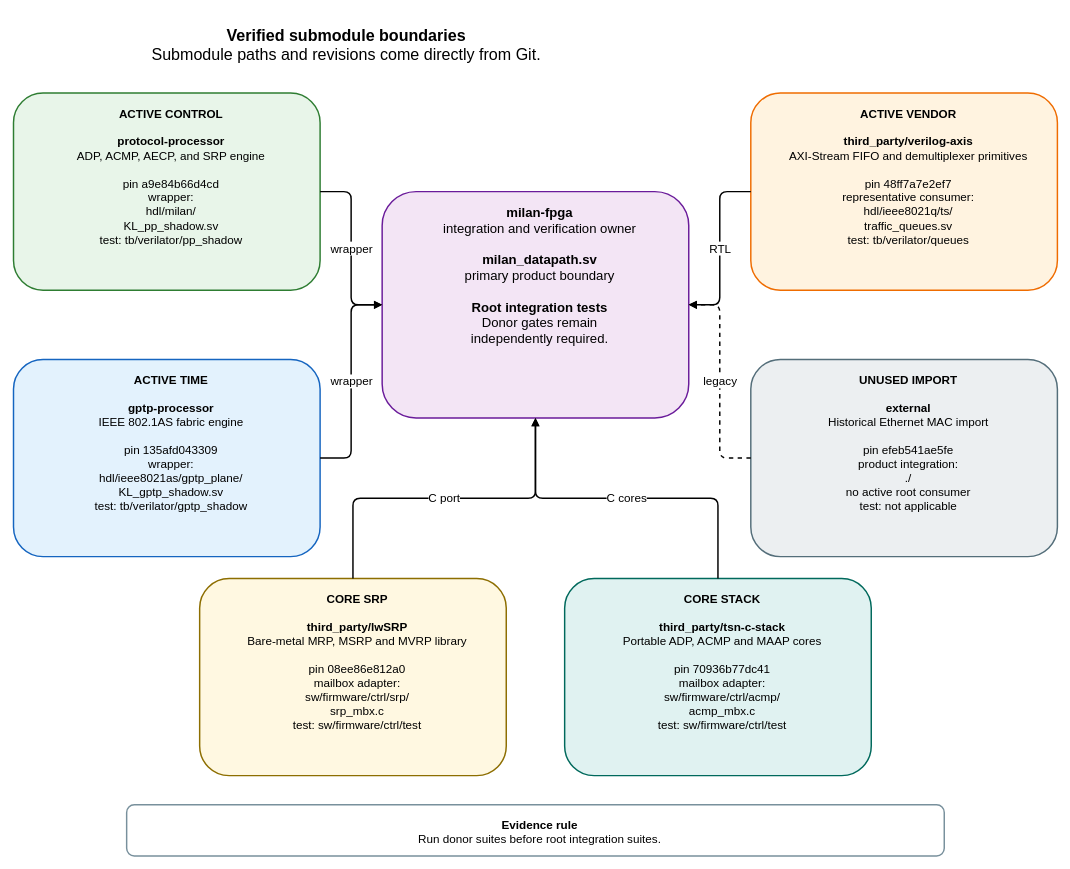
This is docs/diagrams/submodule_boundaries.drawio from kebag-logic/milan-fpga, a draw.io file, before an edit. Source tidied: cells renumbered, new cells numbered last; positions are measured from the earlier drawing's top-left corner, leaving out a move shared by most shapes. Both pictures are drawn from the tidied source at 73%, with x=0, y=0 at pixel (13, 12).
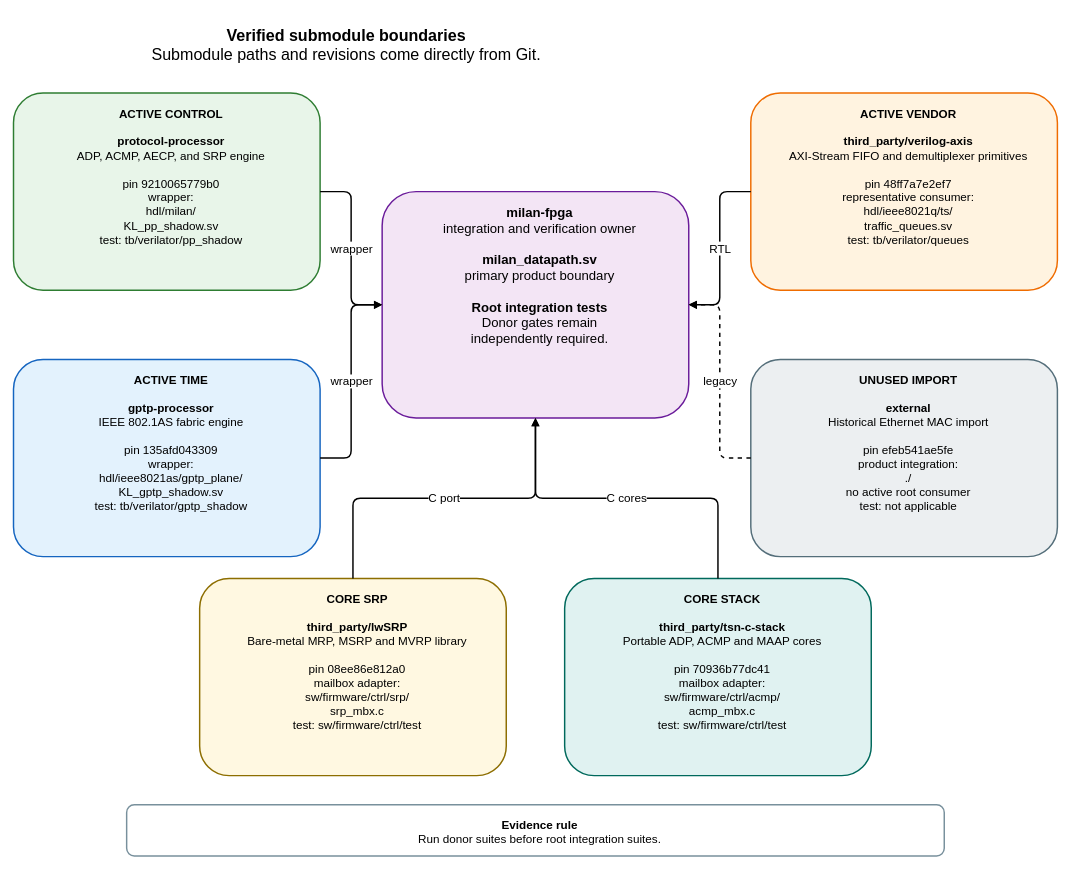
Above is the later version.

Commit message (it also covers changes not shown here):
Re-record the pin-derived records at processor 92100657: ROM digests, pin table and boundary diagram (#845)

The edit, as a diff of the source:
```diff
@@
 <mxGraphModel>
   <root>
     <mxCell id="0" />
     <mxCell id="1" parent="0" />
     <mxCell id="2" value="&lt;b&gt;Verified submodule boundaries&lt;/b&gt;&lt;br&gt;Submodule paths and revisions come directly from Git." style="rounded=1;whiteSpace=wrap;html=1;verticalAlign=top;spacingTop=12;spacingLeft=12;fontSize=22;fontFamily=Helvetica;fillColor=none;strokeColor=none;strokeWidth=2;" parent="1" vertex="1">
       <mxGeometry width="900" height="65" as="geometry" />
     </mxCell>
     <mxCell id="3" value="&lt;b&gt;milan-fpga&lt;/b&gt;&lt;br&gt;integration and verification owner&lt;br&gt;&lt;br&gt;&lt;b&gt;milan_datapath.sv&lt;/b&gt;&lt;br&gt;primary product boundary&lt;br&gt;&lt;br&gt;&lt;b&gt;Root integration tests&lt;/b&gt;&lt;br&gt;Donor gates remain&lt;br&gt;independently required." style="rounded=1;whiteSpace=wrap;html=1;verticalAlign=top;spacingTop=12;spacingLeft=12;fontSize=18;fontFamily=Helvetica;fillColor=#F3E5F5;strokeColor=#6A1B9A;strokeWidth=2;" parent="1" vertex="1">
       <mxGeometry x="505" y="245" width="420" height="310" as="geometry" />
     </mxCell>
-    <mxCell id="4" value="&lt;b&gt;ACTIVE CONTROL&lt;/b&gt;&lt;br&gt;&lt;br&gt;&lt;b&gt;protocol-processor&lt;/b&gt;&lt;br&gt;ADP, ACMP, AECP, and SRP engine&lt;br&gt;&lt;br&gt;pin a9e84b66d4cd&lt;br&gt;wrapper:&lt;br&gt;hdl/milan/&lt;br&gt;KL_pp_shadow.sv&lt;br&gt;test: tb/verilator/pp_shadow" style="rounded=1;whiteSpace=wrap;html=1;verticalAlign=top;spacingTop=12;spacingLeft=12;fontSize=16;fontFamily=Helvetica;fillColor=#E8F5E9;strokeColor=#2E7D32;strokeWidth=2;" parent="1" vertex="1">
+    <mxCell id="4" value="&lt;b&gt;ACTIVE CONTROL&lt;/b&gt;&lt;br&gt;&lt;br&gt;&lt;b&gt;protocol-processor&lt;/b&gt;&lt;br&gt;ADP, ACMP, AECP, and SRP engine&lt;br&gt;&lt;br&gt;pin 9210065779b0&lt;br&gt;wrapper:&lt;br&gt;hdl/milan/&lt;br&gt;KL_pp_shadow.sv&lt;br&gt;test: tb/verilator/pp_shadow" style="rounded=1;whiteSpace=wrap;html=1;verticalAlign=top;spacingTop=12;spacingLeft=12;fontSize=16;fontFamily=Helvetica;fillColor=#E8F5E9;strokeColor=#2E7D32;strokeWidth=2;" parent="1" vertex="1">
       <mxGeometry y="110" width="420" height="270" as="geometry" />
     </mxCell>
     <mxCell id="5" value="&lt;b&gt;ACTIVE TIME&lt;/b&gt;&lt;br&gt;&lt;br&gt;&lt;b&gt;gptp-processor&lt;/b&gt;&lt;br&gt;IEEE 802.1AS fabric engine&lt;br&gt;&lt;br&gt;pin 135afd043309&lt;br&gt;wrapper:&lt;br&gt;hdl/ieee8021as/gptp_plane/&lt;br&gt;KL_gptp_shadow.sv&lt;br&gt;test: tb/verilator/gptp_shadow" style="rounded=1;whiteSpace=wrap;html=1;verticalAlign=top;spacingTop=12;spacingLeft=12;fontSize=16;fontFamily=Helvetica;fillColor=#E3F2FD;strokeColor=#1565C0;strokeWidth=2;" parent="1" vertex="1">
       <mxGeometry y="475" width="420" height="270" as="geometry" />
     </mxCell>
     <mxCell id="6" value="&lt;b&gt;ACTIVE VENDOR&lt;/b&gt;&lt;br&gt;&lt;br&gt;&lt;b&gt;third_party/verilog-axis&lt;/b&gt;&lt;br&gt;AXI-Stream FIFO and demultiplexer primitives&lt;br&gt;&lt;br&gt;pin 48ff7a7e2ef7&lt;br&gt;representative consumer:&lt;br&gt;hdl/ieee8021q/ts/&lt;br&gt;traffic_queues.sv&lt;br&gt;test: tb/verilator/queues" style="rounded=1;whiteSpace=wrap;html=1;verticalAlign=top;spacingTop=12;spacingLeft=12;fontSize=16;fontFamily=Helvetica;fillColor=#FFF3E0;strokeColor=#EF6C00;strokeWidth=2;" parent="1" vertex="1">
       <mxGeometry x="1010" y="110" width="420" height="270" as="geometry" />
     </mxCell>
     <mxCell id="7" value="&lt;b&gt;UNUSED IMPORT&lt;/b&gt;&lt;br&gt;&lt;br&gt;&lt;b&gt;external&lt;/b&gt;&lt;br&gt;Historical Ethernet MAC import&lt;br&gt;&lt;br&gt;pin efeb541ae5fe&lt;br&gt;product integration:&lt;br&gt;./&lt;br&gt;no active root consumer&lt;br&gt;test: not applicable" style="rounded=1;whiteSpace=wrap;html=1;verticalAlign=top;spacingTop=12;spacingLeft=12;fontSize=16;fontFamily=Helvetica;fillColor=#ECEFF1;strokeColor=#546E7A;strokeWidth=2;" parent="1" vertex="1">
       <mxGeometry x="1010" y="475" width="420" height="270" as="geometry" />
     </mxCell>
     <mxCell id="8" value="&lt;b&gt;CORE SRP&lt;/b&gt;&lt;br&gt;&lt;br&gt;&lt;b&gt;third_party/lwSRP&lt;/b&gt;&lt;br&gt;Bare-metal MRP, MSRP and MVRP library&lt;br&gt;&lt;br&gt;pin 08ee86e812a0&lt;br&gt;mailbox adapter:&lt;br&gt;sw/firmware/ctrl/srp/&lt;br&gt;srp_mbx.c&lt;br&gt;test: sw/firmware/ctrl/test" style="rounded=1;whiteSpace=wrap;html=1;verticalAlign=top;spacingTop=12;spacingLeft=12;fontSize=16;fontFamily=Helvetica;fillColor=#FFF8E1;strokeColor=#8D6E00;strokeWidth=2;" parent="1" vertex="1">
       <mxGeometry x="255" y="775" width="420" height="270" as="geometry" />
     </mxCell>
     <mxCell id="9" value="&lt;b&gt;CORE STACK&lt;/b&gt;&lt;br&gt;&lt;br&gt;&lt;b&gt;third_party/tsn-c-stack&lt;/b&gt;&lt;br&gt;Portable ADP, ACMP and MAAP cores&lt;br&gt;&lt;br&gt;pin 70936b77dc41&lt;br&gt;mailbox adapter:&lt;br&gt;sw/firmware/ctrl/acmp/&lt;br&gt;acmp_mbx.c&lt;br&gt;test: sw/firmware/ctrl/test" style="rounded=1;whiteSpace=wrap;html=1;verticalAlign=top;spacingTop=12;spacingLeft=12;fontSize=16;fontFamily=Helvetica;fillColor=#E0F2F1;strokeColor=#00695C;strokeWidth=2;" parent="1" vertex="1">
       <mxGeometry x="755" y="775" width="420" height="270" as="geometry" />
     </mxCell>
     <mxCell id="10" value="wrapper" style="edgeStyle=orthogonalEdgeStyle;rounded=1;jettySize=auto;html=1;endArrow=block;endFill=1;strokeWidth=2;fontSize=16;fontFamily=Helvetica;labelBackgroundColor=#FFFFFF;" parent="1" edge="1" source="4" target="3">
       <mxGeometry relative="1" as="geometry" />
     </mxCell>
     <mxCell id="11" value="wrapper" style="edgeStyle=orthogonalEdgeStyle;rounded=1;jettySize=auto;html=1;endArrow=block;endFill=1;strokeWidth=2;fontSize=16;fontFamily=Helvetica;labelBackgroundColor=#FFFFFF;" parent="1" edge="1" source="5" target="3">
       <mxGeometry relative="1" as="geometry" />
     </mxCell>
     <mxCell id="12" value="RTL" style="edgeStyle=orthogonalEdgeStyle;rounded=1;jettySize=auto;html=1;endArrow=block;endFill=1;strokeWidth=2;fontSize=16;fontFamily=Helvetica;labelBackgroundColor=#FFFFFF;" parent="1" edge="1" source="6" target="3">
       <mxGeometry relative="1" as="geometry" />
     </mxCell>
     <mxCell id="13" value="legacy" style="edgeStyle=orthogonalEdgeStyle;rounded=1;jettySize=auto;html=1;endArrow=block;endFill=1;strokeWidth=2;fontSize=16;fontFamily=Helvetica;labelBackgroundColor=#FFFFFF;dashed=1;" parent="1" edge="1" source="7" target="3">
       <mxGeometry relative="1" as="geometry" />
     </mxCell>
     <mxCell id="14" value="C port" style="edgeStyle=orthogonalEdgeStyle;rounded=1;jettySize=auto;html=1;endArrow=block;endFill=1;strokeWidth=2;fontSize=16;fontFamily=Helvetica;labelBackgroundColor=#FFFFFF;" parent="1" edge="1" source="8" target="3">
       <mxGeometry relative="1" as="geometry" />
     </mxCell>
     <mxCell id="15" value="C cores" style="edgeStyle=orthogonalEdgeStyle;rounded=1;jettySize=auto;html=1;endArrow=block;endFill=1;strokeWidth=2;fontSize=16;fontFamily=Helvetica;labelBackgroundColor=#FFFFFF;" parent="1" edge="1" source="9" target="3">
       <mxGeometry relative="1" as="geometry" />
     </mxCell>
     <mxCell id="16" value="&lt;b&gt;Evidence rule&lt;/b&gt;&lt;br&gt;Run donor suites before root integration suites." style="rounded=1;whiteSpace=wrap;html=1;verticalAlign=top;spacingTop=12;spacingLeft=12;fontSize=16;fontFamily=Helvetica;fillColor=#FFFFFF;strokeColor=#78909C;strokeWidth=2;" parent="1" vertex="1">
       <mxGeometry x="155" y="1085" width="1120" height="70" as="geometry" />
     </mxCell>
   </root>
 </mxGraphModel>
```
